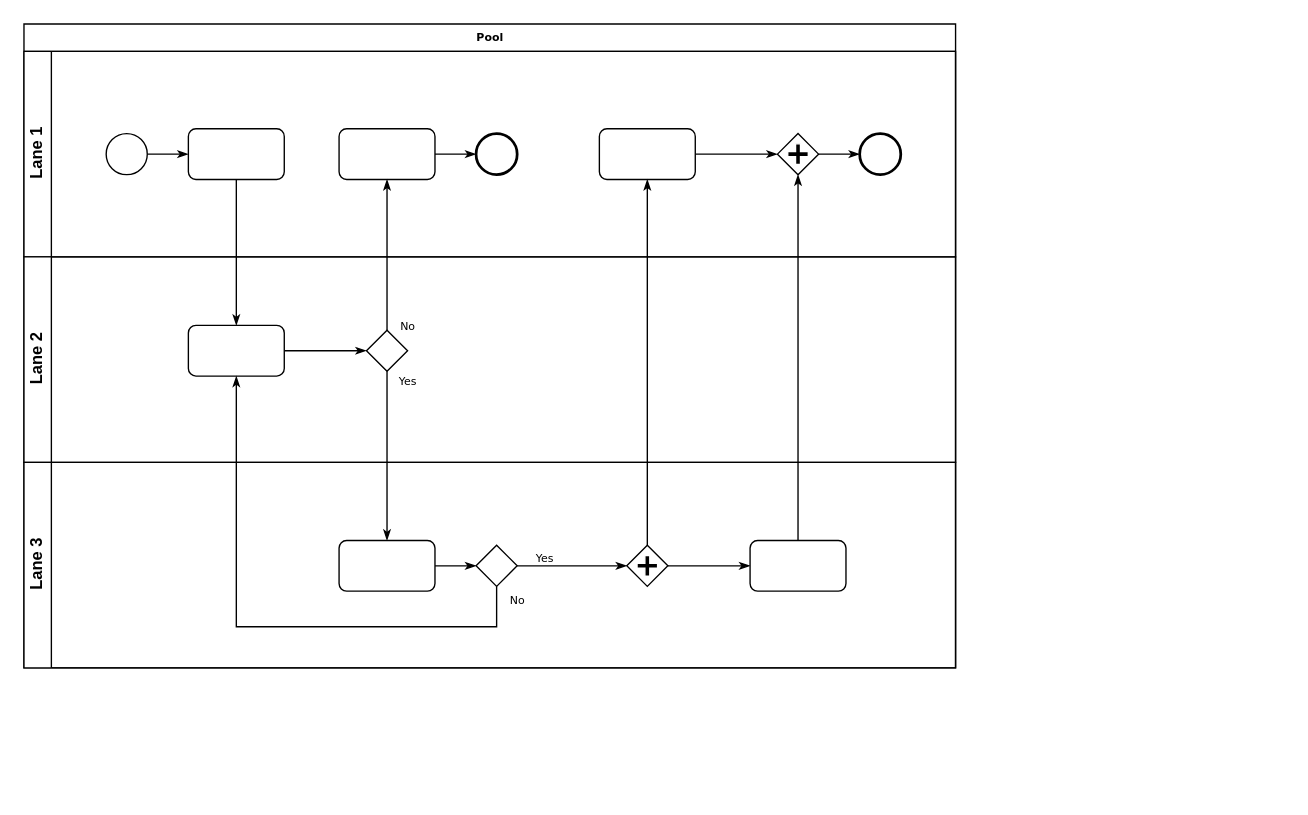
light8176/demo keeps this draw.io diagram as 麦芽对接-第三方.drawio. Above is the earlier version. Source tidied: cells renumbered, new cells numbered last; positions are measured from the earlier drawing's top-left corner, leaving out a move shared by most shapes. Both pictures are drawn from the tidied source at 137%, with x=0, y=0 at pixel (23, 23).
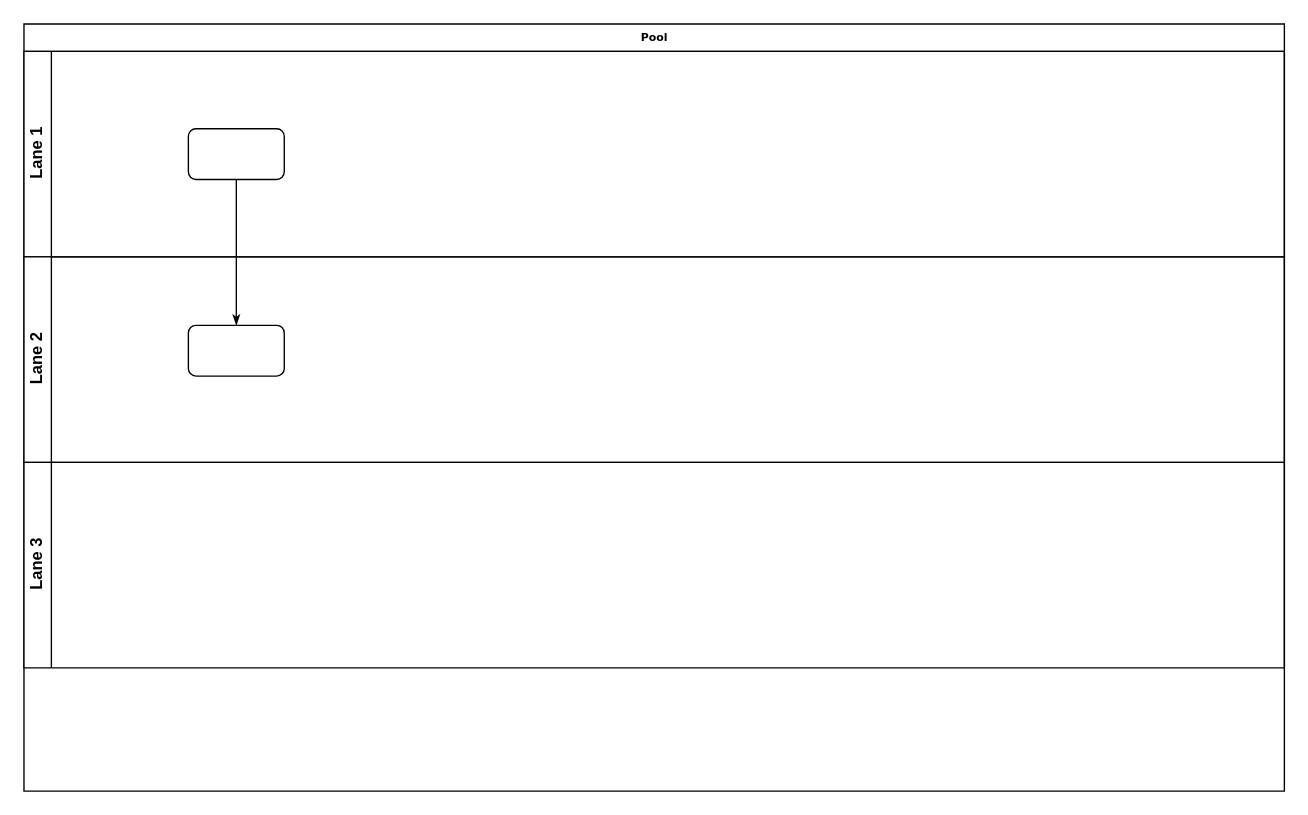
The same page after the edit.

Commit message (it also covers changes not shown here):
Update 麦芽对接-第三方.drawio

Unchanged cells that the change refers to:
```xml
<mxCell id="6" style="rounded=1;whiteSpace=wrap;html=1;shadow=0;labelBackgroundColor=none;strokeWidth=1;fontFamily=Verdana;fontSize=8;align=center;" parent="3" vertex="1">
  <mxGeometry x="120" y="56.5" width="70" height="37" as="geometry" />
</mxCell>
<mxCell id="17" style="rounded=1;whiteSpace=wrap;html=1;shadow=0;labelBackgroundColor=none;strokeWidth=1;fontFamily=Verdana;fontSize=8;align=center;" parent="15" vertex="1">
  <mxGeometry x="120" y="50" width="70" height="37" as="geometry" />
</mxCell>
```

Diff of the diagram source:
```diff
@@
     <mxCell id="2" value="Pool" style="swimlane;html=1;horizontal=1;startSize=20;rounded=0;shadow=0;labelBackgroundColor=none;strokeWidth=1;fontFamily=Verdana;fontSize=8;align=center;" parent="1" vertex="1">
-      <mxGeometry width="680" height="470" as="geometry" />
+      <mxGeometry width="920" height="560" as="geometry" />
     </mxCell>
     <mxCell id="3" value="Lane 1" style="swimlane;html=1;startSize=20;horizontal=0;" parent="2" vertex="1">
-      <mxGeometry y="20" width="680" height="150" as="geometry" />
+      <mxGeometry y="20" width="920" height="150" as="geometry" />
     </mxCell>
-    <mxCell id="4" style="edgeStyle=orthogonalEdgeStyle;rounded=0;html=1;labelBackgroundColor=none;startArrow=none;startFill=0;startSize=5;endArrow=classicThin;endFill=1;endSize=5;jettySize=auto;strokeWidth=1;fontFamily=Verdana;fontSize=8;" parent="3" edge="1" source="5" target="6">
-      <mxGeometry relative="1" as="geometry" />
-    </mxCell>
-    <mxCell id="5" style="ellipse;whiteSpace=wrap;html=1;rounded=0;shadow=0;labelBackgroundColor=none;strokeWidth=1;fontFamily=Verdana;fontSize=8;align=center;" parent="3" vertex="1">
-      <mxGeometry x="60" y="60" width="30" height="30" as="geometry" />
-    </mxCell>
@@
-    <mxCell id="7" style="edgeStyle=orthogonalEdgeStyle;rounded=0;html=1;labelBackgroundColor=none;startArrow=none;startFill=0;startSize=5;endArrow=classicThin;endFill=1;endSize=5;jettySize=auto;strokeWidth=1;fontFamily=Verdana;fontSize=8;" parent="3" edge="1" source="8" target="9">
-      <mxGeometry relative="1" as="geometry" />
-    </mxCell>
-    <mxCell id="8" style="rounded=1;whiteSpace=wrap;html=1;shadow=0;labelBackgroundColor=none;strokeWidth=1;fontFamily=Verdana;fontSize=8;align=center;" parent="3" vertex="1">
-      <mxGeometry x="230" y="56.5" width="70" height="37" as="geometry" />
-    </mxCell>
-    <mxCell id="9" style="ellipse;whiteSpace=wrap;html=1;rounded=0;shadow=0;labelBackgroundColor=none;strokeWidth=2;fontFamily=Verdana;fontSize=8;align=center;" parent="3" vertex="1">
-      <mxGeometry x="330" y="60" width="30" height="30" as="geometry" />
-    </mxCell>
-    <mxCell id="10" style="edgeStyle=orthogonalEdgeStyle;rounded=0;html=1;entryX=0;entryY=0.5;labelBackgroundColor=none;startArrow=none;startFill=0;startSize=5;endArrow=classicThin;endFill=1;endSize=5;jettySize=auto;strokeWidth=1;fontFamily=Verdana;fontSize=8;" parent="3" edge="1" source="11" target="13">
-      <mxGeometry relative="1" as="geometry" />
-    </mxCell>
-    <mxCell id="11" style="rounded=1;whiteSpace=wrap;html=1;shadow=0;labelBackgroundColor=none;strokeWidth=1;fontFamily=Verdana;fontSize=8;align=center;" parent="3" vertex="1">
-      <mxGeometry x="420" y="56.5" width="70" height="37" as="geometry" />
-    </mxCell>
-    <mxCell id="12" style="edgeStyle=orthogonalEdgeStyle;rounded=0;html=1;labelBackgroundColor=none;startArrow=none;startFill=0;startSize=5;endArrow=classicThin;endFill=1;endSize=5;jettySize=auto;strokeWidth=1;fontFamily=Verdana;fontSize=8;" parent="3" edge="1" source="13" target="14">
-      <mxGeometry relative="1" as="geometry" />
-    </mxCell>
-    <mxCell id="13" style="shape=mxgraph.bpmn.shape;html=1;verticalLabelPosition=bottom;labelBackgroundColor=#ffffff;verticalAlign=top;perimeter=rhombusPerimeter;background=gateway;outline=none;symbol=parallelGw;rounded=1;shadow=0;strokeWidth=1;fontFamily=Verdana;fontSize=8;align=center;" parent="3" vertex="1">
-      <mxGeometry x="550" y="60" width="30" height="30" as="geometry" />
-    </mxCell>
-    <mxCell id="14" style="ellipse;whiteSpace=wrap;html=1;rounded=0;shadow=0;labelBackgroundColor=none;strokeWidth=2;fontFamily=Verdana;fontSize=8;align=center;" parent="3" vertex="1">
-      <mxGeometry x="610" y="60" width="30" height="30" as="geometry" />
-    </mxCell>
     <mxCell id="15" value="Lane 2" style="swimlane;html=1;startSize=20;horizontal=0;" parent="2" vertex="1">
-      <mxGeometry y="170" width="680" height="150" as="geometry" />
+      <mxGeometry y="170" width="920" height="150" as="geometry" />
     </mxCell>
-    <mxCell id="16" style="edgeStyle=orthogonalEdgeStyle;rounded=0;html=1;labelBackgroundColor=none;startArrow=none;startFill=0;startSize=5;endArrow=classicThin;endFill=1;endSize=5;jettySize=auto;strokeWidth=1;fontFamily=Verdana;fontSize=8;" parent="15" edge="1" source="17" target="18">
-      <mxGeometry relative="1" as="geometry" />
-    </mxCell>
@@
-    <mxCell id="18" style="strokeWidth=1;html=1;shape=mxgraph.flowchart.decision;whiteSpace=wrap;rounded=1;shadow=0;labelBackgroundColor=none;fontFamily=Verdana;fontSize=8;align=center;" parent="15" vertex="1">
-      <mxGeometry x="250" y="53.5" width="30" height="30" as="geometry" />
-    </mxCell>
+    <mxCell id="27" style="edgeStyle=orthogonalEdgeStyle;rounded=0;html=1;labelBackgroundColor=none;startArrow=none;startFill=0;startSize=5;endArrow=classicThin;endFill=1;endSize=5;jettySize=auto;strokeWidth=1;fontFamily=Verdana;fontSize=8;" parent="2" edge="1" source="6" target="17">
+      <mxGeometry relative="1" as="geometry" />
+    </mxCell>
     <mxCell id="19" value="Lane 3" style="swimlane;html=1;startSize=20;horizontal=0;" parent="2" vertex="1">
-      <mxGeometry y="320" width="680" height="150" as="geometry" />
+      <mxGeometry y="320" width="920" height="150" as="geometry" />
     </mxCell>
-    <mxCell id="20" style="edgeStyle=orthogonalEdgeStyle;rounded=0;html=1;labelBackgroundColor=none;startArrow=none;startFill=0;startSize=5;endArrow=classicThin;endFill=1;endSize=5;jettySize=auto;strokeWidth=1;fontFamily=Verdana;fontSize=8;" parent="19" edge="1" source="21" target="23">
-      <mxGeometry relative="1" as="geometry" />
-    </mxCell>
-    <mxCell id="21" style="rounded=1;whiteSpace=wrap;html=1;shadow=0;labelBackgroundColor=none;strokeWidth=1;fontFamily=Verdana;fontSize=8;align=center;" parent="19" vertex="1">
-      <mxGeometry x="230" y="57" width="70" height="37" as="geometry" />
-    </mxCell>
-    <mxCell id="22" value="Yes" style="edgeStyle=orthogonalEdgeStyle;rounded=0;html=1;entryX=0;entryY=0.5;labelBackgroundColor=none;startArrow=none;startFill=0;startSize=5;endArrow=classicThin;endFill=1;endSize=5;jettySize=auto;strokeWidth=1;fontFamily=Verdana;fontSize=8;" parent="19" edge="1" source="23" target="25">
-      <mxGeometry x="-0.5" y="6" relative="1" as="geometry" />
-    </mxCell>
-    <mxCell id="23" style="strokeWidth=1;html=1;shape=mxgraph.flowchart.decision;whiteSpace=wrap;rounded=1;shadow=0;labelBackgroundColor=none;fontFamily=Verdana;fontSize=8;align=center;" parent="19" vertex="1">
-      <mxGeometry x="330" y="60.5" width="30" height="30" as="geometry" />
-    </mxCell>
-    <mxCell id="24" style="edgeStyle=orthogonalEdgeStyle;rounded=0;html=1;labelBackgroundColor=none;startArrow=none;startFill=0;startSize=5;endArrow=classicThin;endFill=1;endSize=5;jettySize=auto;strokeColor=#000000;strokeWidth=1;fontFamily=Verdana;fontSize=8;fontColor=#000000;" parent="19" edge="1" source="25" target="26">
-      <mxGeometry relative="1" as="geometry" />
-    </mxCell>
-    <mxCell id="25" style="shape=mxgraph.bpmn.shape;html=1;verticalLabelPosition=bottom;labelBackgroundColor=#ffffff;verticalAlign=top;perimeter=rhombusPerimeter;background=gateway;outline=none;symbol=parallelGw;rounded=1;shadow=0;strokeWidth=1;fontFamily=Verdana;fontSize=8;align=center;" parent="19" vertex="1">
-      <mxGeometry x="440" y="60.5" width="30" height="30" as="geometry" />
-    </mxCell>
-    <mxCell id="26" style="rounded=1;whiteSpace=wrap;html=1;shadow=0;labelBackgroundColor=none;strokeWidth=1;fontFamily=Verdana;fontSize=8;align=center;" parent="19" vertex="1">
-      <mxGeometry x="530" y="57" width="70" height="37" as="geometry" />
-    </mxCell>
-    <mxCell id="27" style="edgeStyle=orthogonalEdgeStyle;rounded=0;html=1;labelBackgroundColor=none;startArrow=none;startFill=0;startSize=5;endArrow=classicThin;endFill=1;endSize=5;jettySize=auto;strokeWidth=1;fontFamily=Verdana;fontSize=8;" parent="2" edge="1" source="6" target="17">
-      <mxGeometry relative="1" as="geometry" />
-    </mxCell>
-    <mxCell id="28" value="No" style="edgeStyle=orthogonalEdgeStyle;rounded=0;html=1;labelBackgroundColor=none;startArrow=none;startFill=0;startSize=5;endArrow=classicThin;endFill=1;endSize=5;jettySize=auto;strokeWidth=1;fontFamily=Verdana;fontSize=8;" parent="2" edge="1" source="18" target="8">
-      <mxGeometry x="-0.94" y="-15" relative="1" as="geometry" />
-    </mxCell>
-    <mxCell id="29" value="Yes" style="edgeStyle=orthogonalEdgeStyle;rounded=0;html=1;labelBackgroundColor=none;startArrow=none;startFill=0;startSize=5;endArrow=classicThin;endFill=1;endSize=5;jettySize=auto;strokeWidth=1;fontFamily=Verdana;fontSize=8;" parent="2" edge="1" source="18" target="21">
-      <mxGeometry x="-0.89" y="15" relative="1" as="geometry" />
-    </mxCell>
-    <mxCell id="30" style="edgeStyle=orthogonalEdgeStyle;rounded=0;html=1;entryX=0.5;entryY=1;labelBackgroundColor=none;startArrow=none;startFill=0;startSize=5;endArrow=classicThin;endFill=1;endSize=5;jettySize=auto;strokeWidth=1;fontFamily=Verdana;fontSize=8;" parent="2" edge="1" source="26" target="13">
-      <mxGeometry relative="1" as="geometry" />
-    </mxCell>
-    <mxCell id="31" value="No" style="edgeStyle=orthogonalEdgeStyle;rounded=0;html=1;labelBackgroundColor=none;startArrow=none;startFill=0;startSize=5;endArrow=classicThin;endFill=1;endSize=5;jettySize=auto;strokeWidth=1;fontFamily=Verdana;fontSize=8;" parent="2" edge="1" source="23" target="17">
-      <mxGeometry x="-0.95" y="15" relative="1" as="geometry">
-        <Array as="points">
-          <mxPoint x="345" y="440" />
-          <mxPoint x="155" y="440" />
-        </Array>
-      </mxGeometry>
-    </mxCell>
-    <mxCell id="32" style="edgeStyle=orthogonalEdgeStyle;rounded=0;html=1;labelBackgroundColor=none;startArrow=none;startFill=0;startSize=5;endArrow=classicThin;endFill=1;endSize=5;jettySize=auto;strokeWidth=1;fontFamily=Verdana;fontSize=8;" parent="2" edge="1" source="25" target="11">
-      <mxGeometry relative="1" as="geometry" />
-    </mxCell>
```
